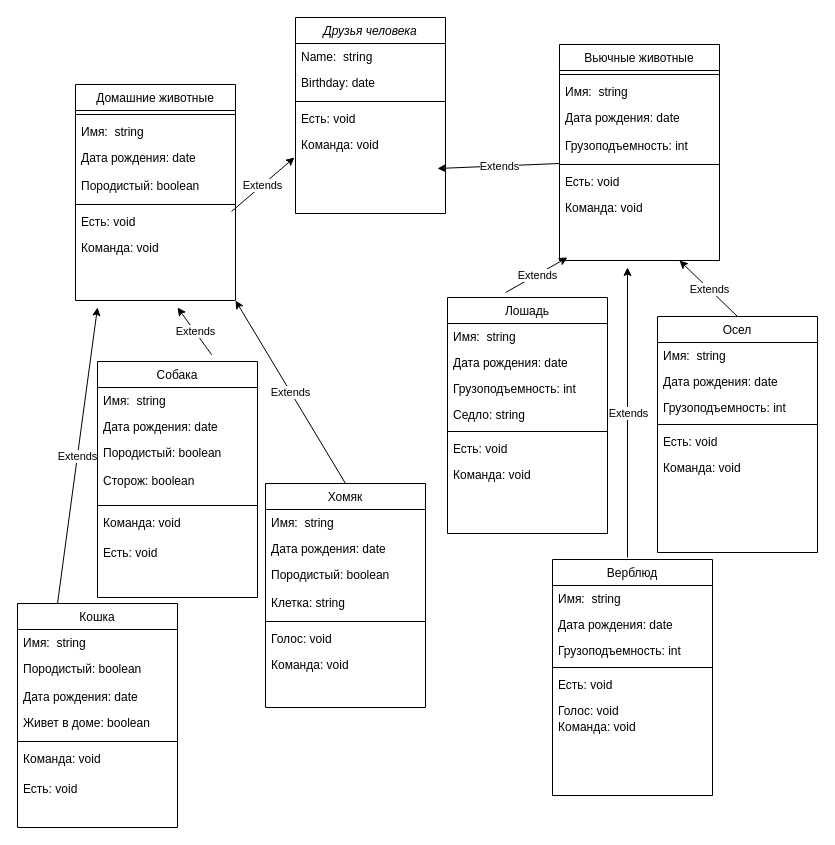
TimBusuok/intervalforGB keeps this draw.io diagram as друзья человека.drawio. Above is the earlier version. Source tidied: cells renumbered, new cells numbered last; positions are measured from the earlier drawing's top-left corner, leaving out a move shared by most shapes. Both pictures are drawn from the tidied source at 100%, with x=0, y=0 at pixel (17, 17).
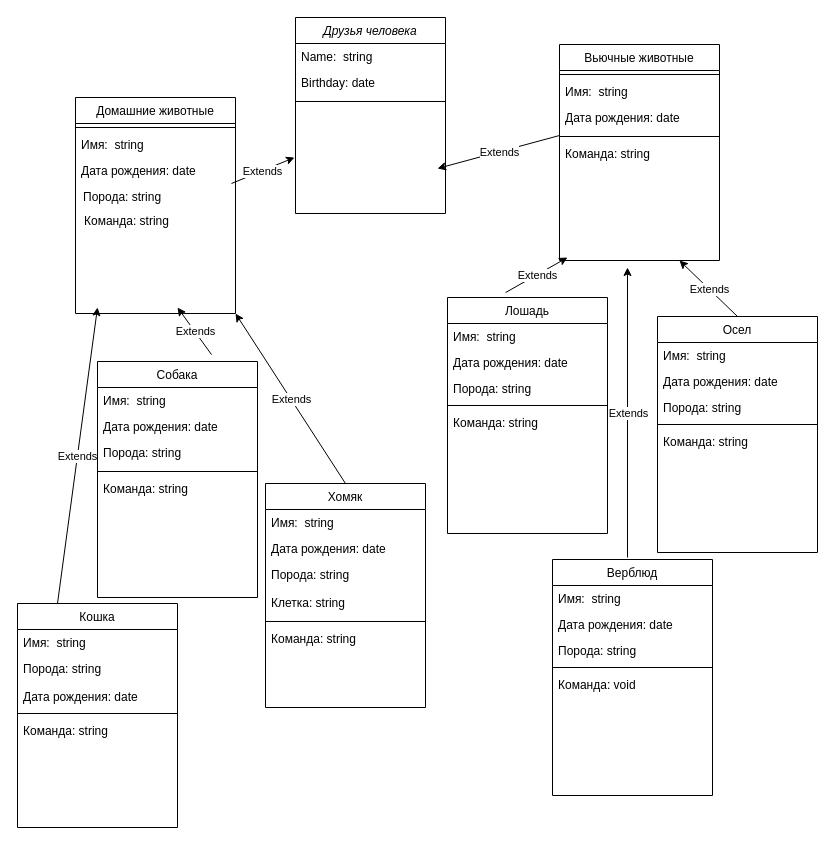
The same page after the edit.

The change refers to these unchanged cells:
```xml
<mxCell id="2" value="Друзья человека" style="swimlane;fontStyle=2;align=center;verticalAlign=top;horizontal=1;startSize=26;rounded=0;shadow=0;strokeWidth=1;" parent="1" vertex="1">
  <mxGeometry x="278" width="150" height="196" as="geometry" />
</mxCell>
<mxCell id="8" value="Собака" style="swimlane;fontStyle=0;align=center;verticalAlign=top;horizontal=1;startSize=26;rounded=0;shadow=0;strokeWidth=1;" parent="1" vertex="1">
  <mxGeometry x="80" y="344" width="160" height="236" as="geometry" />
</mxCell>
<mxCell id="16" value="Вьючные животные" style="swimlane;fontStyle=0;align=center;verticalAlign=top;horizontal=1;startSize=26;rounded=0;shadow=0;strokeWidth=1;" parent="1" vertex="1">
  <mxGeometry x="542" y="27" width="160" height="216" as="geometry" />
</mxCell>
<mxCell id="36" value="Хомяк" style="swimlane;fontStyle=0;align=center;verticalAlign=top;horizontal=1;startSize=26;rounded=0;shadow=0;strokeWidth=1;" parent="1" vertex="1">
  <mxGeometry x="248" y="466" width="160" height="224" as="geometry" />
</mxCell>
<mxCell id="44" value="Кошка" style="swimlane;fontStyle=0;align=center;verticalAlign=top;horizontal=1;startSize=26;rounded=0;shadow=0;strokeWidth=1;" parent="1" vertex="1">
  <mxGeometry y="586" width="160" height="224" as="geometry" />
</mxCell>
<mxCell id="52" value="Лошадь" style="swimlane;fontStyle=0;align=center;verticalAlign=top;horizontal=1;startSize=26;rounded=0;shadow=0;strokeWidth=1;" parent="1" vertex="1">
  <mxGeometry x="430" y="280" width="160" height="236" as="geometry" />
</mxCell>
<mxCell id="60" value="Верблюд" style="swimlane;fontStyle=0;align=center;verticalAlign=top;horizontal=1;startSize=26;rounded=0;shadow=0;strokeWidth=1;" parent="1" vertex="1">
  <mxGeometry x="535" y="542" width="160" height="236" as="geometry" />
</mxCell>
<mxCell id="68" value="Осел" style="swimlane;fontStyle=0;align=center;verticalAlign=top;horizontal=1;startSize=26;rounded=0;shadow=0;strokeWidth=1;" parent="1" vertex="1">
  <mxGeometry x="640" y="299" width="160" height="236" as="geometry" />
</mxCell>
```

Diff of the diagram source:
```diff
@@
-    <mxCell id="6" value="Есть: void" style="text;align=left;verticalAlign=top;spacingLeft=4;spacingRight=4;overflow=hidden;" parent="2" vertex="1">
-      <mxGeometry y="88" width="150" height="26" as="geometry" />
-    </mxCell>
-    <mxCell id="7" value="Команда: void" style="text;align=left;verticalAlign=top;spacingLeft=4;spacingRight=4;overflow=hidden;points=[[0,0.5],[1,0.5]];portConstraint=eastwest;" parent="2" vertex="1">
-      <mxGeometry y="114" width="150" height="30" as="geometry" />
-    </mxCell>
@@
-    <mxCell id="11" value="Породистый: boolean" style="text;align=left;verticalAlign=top;spacingLeft=4;spacingRight=4;overflow=hidden;rounded=0;shadow=0;html=0;" parent="8" vertex="1">
+    <mxCell id="11" value="Порода: string" style="text;align=left;verticalAlign=top;spacingLeft=4;spacingRight=4;overflow=hidden;rounded=0;shadow=0;html=0;" parent="8" vertex="1">
       <mxGeometry y="78" width="160" height="28" as="geometry" />
     </mxCell>
-    <mxCell id="12" value="Сторож: boolean" style="text;align=left;verticalAlign=top;spacingLeft=4;spacingRight=4;overflow=hidden;rounded=0;shadow=0;html=0;" parent="8" vertex="1">
-      <mxGeometry y="106" width="160" height="34" as="geometry" />
-    </mxCell>
     <mxCell id="13" style="line;html=1;strokeWidth=1;align=left;verticalAlign=middle;spacingTop=-1;spacingLeft=3;spacingRight=3;labelPosition=right;" parent="8" vertex="1">
-      <mxGeometry y="140" width="160" height="8" as="geometry" />
+      <mxGeometry y="106" width="160" height="8" as="geometry" />
     </mxCell>
-    <mxCell id="14" value="Команда: void" style="text;align=left;verticalAlign=top;spacingLeft=4;spacingRight=4;overflow=hidden;" parent="8" vertex="1">
-      <mxGeometry y="148" width="160" height="30" as="geometry" />
+    <mxCell id="14" value="Команда: string" style="text;align=left;verticalAlign=top;spacingLeft=4;spacingRight=4;overflow=hidden;" parent="8" vertex="1">
+      <mxGeometry y="114" width="160" height="30" as="geometry" />
     </mxCell>
-    <mxCell id="15" value="Есть: void" style="text;align=left;verticalAlign=top;spacingLeft=4;spacingRight=4;overflow=hidden;" parent="8" vertex="1">
-      <mxGeometry y="178" width="160" height="26" as="geometry" />
-    </mxCell>
@@
-    <mxCell id="20" value="Грузоподъемность: int" style="text;align=left;verticalAlign=top;spacingLeft=4;spacingRight=4;overflow=hidden;rounded=0;shadow=0;html=0;" parent="16" vertex="1">
-      <mxGeometry y="88" width="160" height="28" as="geometry" />
-    </mxCell>
     <mxCell id="21" style="line;html=1;strokeWidth=1;align=left;verticalAlign=middle;spacingTop=-1;spacingLeft=3;spacingRight=3;labelPosition=right;points=[];portConstraint=eastwest;" parent="16" vertex="1">
-      <mxGeometry y="116" width="160" height="8" as="geometry" />
+      <mxGeometry y="88" width="160" height="8" as="geometry" />
     </mxCell>
-    <mxCell id="22" value="Есть: void" style="text;align=left;verticalAlign=top;spacingLeft=4;spacingRight=4;overflow=hidden;" parent="16" vertex="1">
-      <mxGeometry y="124" width="160" height="26" as="geometry" />
-    </mxCell>
-    <mxCell id="23" value="Команда: void" style="text;align=left;verticalAlign=top;spacingLeft=4;spacingRight=4;overflow=hidden;" parent="16" vertex="1">
-      <mxGeometry y="150" width="160" height="30" as="geometry" />
+    <mxCell id="23" value="Команда: string" style="text;align=left;verticalAlign=top;spacingLeft=4;spacingRight=4;overflow=hidden;" parent="16" vertex="1">
+      <mxGeometry y="96" width="160" height="30" as="geometry" />
     </mxCell>
@@
     <mxCell id="26" value="Домашние животные" style="swimlane;fontStyle=0;align=center;verticalAlign=top;horizontal=1;startSize=26;rounded=0;shadow=0;strokeWidth=1;" parent="1" vertex="1">
-      <mxGeometry x="58" y="67" width="160" height="216" as="geometry" />
+      <mxGeometry x="58" y="80" width="160" height="216" as="geometry" />
     </mxCell>
@@
-    <mxCell id="30" value="Породистый: boolean" style="text;align=left;verticalAlign=top;spacingLeft=4;spacingRight=4;overflow=hidden;rounded=0;shadow=0;html=0;" parent="26" vertex="1">
-      <mxGeometry y="88" width="160" height="28" as="geometry" />
-    </mxCell>
-    <mxCell id="31" style="line;html=1;strokeWidth=1;align=left;verticalAlign=middle;spacingTop=-1;spacingLeft=3;spacingRight=3;labelPosition=right;" parent="26" vertex="1">
-      <mxGeometry y="116" width="160" height="8" as="geometry" />
-    </mxCell>
-    <mxCell id="32" value="Есть: void" style="text;align=left;verticalAlign=top;spacingLeft=4;spacingRight=4;overflow=hidden;points=[[0,0.5],[1,0.5]];portConstraint=eastwest;" parent="26" vertex="1">
-      <mxGeometry y="124" width="160" height="26" as="geometry" />
-    </mxCell>
-    <mxCell id="33" value="Команда: void" style="text;align=left;verticalAlign=top;spacingLeft=4;spacingRight=4;overflow=hidden;" parent="26" vertex="1">
-      <mxGeometry y="150" width="160" height="30" as="geometry" />
-    </mxCell>
-    <mxCell id="34" style="endArrow=classic;html=1;rounded=0;exitX=0.975;exitY=0.115;exitDx=0;exitDy=0;entryX=-0.007;entryY=0.867;entryDx=0;entryDy=0;entryPerimeter=0;exitPerimeter=0;" parent="1" edge="1" source="32" target="7">
-      <mxGeometry relative="1" as="geometry" />
+    <mxCell id="34" style="endArrow=classic;html=1;rounded=0;exitX=0.975;exitY=0.115;exitDx=0;exitDy=0;entryX=-0.007;entryY=0.867;entryDx=0;entryDy=0;entryPerimeter=0;exitPerimeter=0;" parent="1" edge="1">
+      <mxGeometry relative="1" as="geometry">
+        <mxPoint x="214" y="166" as="sourcePoint" />
+        <mxPoint x="277" y="140" as="targetPoint" />
+      </mxGeometry>
     </mxCell>
@@
-    <mxCell id="39" value="Породистый: boolean" style="text;align=left;verticalAlign=top;spacingLeft=4;spacingRight=4;overflow=hidden;rounded=0;shadow=0;html=0;" parent="36" vertex="1">
+    <mxCell id="39" value="Порода: string" style="text;align=left;verticalAlign=top;spacingLeft=4;spacingRight=4;overflow=hidden;rounded=0;shadow=0;html=0;" parent="36" vertex="1">
       <mxGeometry y="78" width="160" height="28" as="geometry" />
     </mxCell>
@@
-    <mxCell id="42" value="Голос: void" style="text;align=left;verticalAlign=top;spacingLeft=4;spacingRight=4;overflow=hidden;" parent="36" vertex="1">
-      <mxGeometry y="142" width="160" height="26" as="geometry" />
-    </mxCell>
-    <mxCell id="43" value="Команда: void" style="text;align=left;verticalAlign=top;spacingLeft=4;spacingRight=4;overflow=hidden;" parent="36" vertex="1">
-      <mxGeometry y="168" width="160" height="30" as="geometry" />
+    <mxCell id="43" value="Команда: string" style="text;align=left;verticalAlign=top;spacingLeft=4;spacingRight=4;overflow=hidden;" parent="36" vertex="1">
+      <mxGeometry y="142" width="160" height="30" as="geometry" />
     </mxCell>
@@
-    <mxCell id="46" value="Породистый: boolean" style="text;align=left;verticalAlign=top;spacingLeft=4;spacingRight=4;overflow=hidden;rounded=0;shadow=0;html=0;" parent="44" vertex="1">
+    <mxCell id="46" value="Порода: string" style="text;align=left;verticalAlign=top;spacingLeft=4;spacingRight=4;overflow=hidden;rounded=0;shadow=0;html=0;" parent="44" vertex="1">
       <mxGeometry y="52" width="160" height="28" as="geometry" />
     </mxCell>
@@
-    <mxCell id="48" value="Живет в доме: boolean" style="text;align=left;verticalAlign=top;spacingLeft=4;spacingRight=4;overflow=hidden;rounded=0;shadow=0;html=0;" parent="44" vertex="1">
-      <mxGeometry y="106" width="160" height="28" as="geometry" />
-    </mxCell>
     <mxCell id="49" style="line;html=1;strokeWidth=1;align=left;verticalAlign=middle;spacingTop=-1;spacingLeft=3;spacingRight=3;labelPosition=right;" parent="44" vertex="1">
-      <mxGeometry y="134" width="160" height="8" as="geometry" />
+      <mxGeometry y="106" width="160" height="8" as="geometry" />
     </mxCell>
-    <mxCell id="50" value="Команда: void" style="text;align=left;verticalAlign=top;spacingLeft=4;spacingRight=4;overflow=hidden;" parent="44" vertex="1">
-      <mxGeometry y="142" width="160" height="30" as="geometry" />
+    <mxCell id="50" value="Команда: string" style="text;align=left;verticalAlign=top;spacingLeft=4;spacingRight=4;overflow=hidden;" parent="44" vertex="1">
+      <mxGeometry y="114" width="160" height="30" as="geometry" />
     </mxCell>
-    <mxCell id="51" value="Есть: void" style="text;align=left;verticalAlign=top;spacingLeft=4;spacingRight=4;overflow=hidden;" parent="44" vertex="1">
-      <mxGeometry y="172" width="160" height="26" as="geometry" />
-    </mxCell>
@@
-    <mxCell id="55" value="Грузоподъемность: int" style="text;align=left;verticalAlign=top;spacingLeft=4;spacingRight=4;overflow=hidden;rounded=0;shadow=0;html=0;" parent="52" vertex="1">
-      <mxGeometry y="78" width="160" height="26" as="geometry" />
-    </mxCell>
-    <mxCell id="56" value="Седло: string" style="text;align=left;verticalAlign=top;spacingLeft=4;spacingRight=4;overflow=hidden;rounded=0;shadow=0;html=0;" parent="52" vertex="1">
-      <mxGeometry y="104" width="160" height="26" as="geometry" />
+    <mxCell id="56" value="Порода: string" style="text;align=left;verticalAlign=top;spacingLeft=4;spacingRight=4;overflow=hidden;rounded=0;shadow=0;html=0;" parent="52" vertex="1">
+      <mxGeometry y="78" width="160" height="26" as="geometry" />
     </mxCell>
     <mxCell id="57" style="line;html=1;strokeWidth=1;align=left;verticalAlign=middle;spacingTop=-1;spacingLeft=3;spacingRight=3;labelPosition=right;" parent="52" vertex="1">
-      <mxGeometry y="130" width="160" height="8" as="geometry" />
+      <mxGeometry y="104" width="160" height="8" as="geometry" />
     </mxCell>
-    <mxCell id="58" value="Есть: void" style="text;align=left;verticalAlign=top;spacingLeft=4;spacingRight=4;overflow=hidden;" parent="52" vertex="1">
-      <mxGeometry y="138" width="160" height="26" as="geometry" />
-    </mxCell>
-    <mxCell id="59" value="Команда: void" style="text;align=left;verticalAlign=top;spacingLeft=4;spacingRight=4;overflow=hidden;" parent="52" vertex="1">
-      <mxGeometry y="164" width="160" height="30" as="geometry" />
+    <mxCell id="59" value="Команда: string" style="text;align=left;verticalAlign=top;spacingLeft=4;spacingRight=4;overflow=hidden;" parent="52" vertex="1">
+      <mxGeometry y="112" width="160" height="30" as="geometry" />
     </mxCell>
@@
-    <mxCell id="63" value="Грузоподъемность: int" style="text;align=left;verticalAlign=top;spacingLeft=4;spacingRight=4;overflow=hidden;rounded=0;shadow=0;html=0;" parent="60" vertex="1">
+    <mxCell id="63" value="Порода: string" style="text;align=left;verticalAlign=top;spacingLeft=4;spacingRight=4;overflow=hidden;rounded=0;shadow=0;html=0;" parent="60" vertex="1">
       <mxGeometry y="78" width="160" height="26" as="geometry" />
     </mxCell>
@@
-    <mxCell id="65" value="Есть: void" style="text;align=left;verticalAlign=top;spacingLeft=4;spacingRight=4;overflow=hidden;" parent="60" vertex="1">
-      <mxGeometry y="112" width="160" height="26" as="geometry" />
-    </mxCell>
-    <mxCell id="66" value="Голос: void" style="text;align=left;verticalAlign=top;spacingLeft=4;spacingRight=4;overflow=hidden;" parent="60" vertex="1">
-      <mxGeometry y="138" width="160" height="16" as="geometry" />
-    </mxCell>
     <mxCell id="67" value="Команда: void" style="text;align=left;verticalAlign=top;spacingLeft=4;spacingRight=4;overflow=hidden;" parent="60" vertex="1">
-      <mxGeometry y="154" width="160" height="30" as="geometry" />
+      <mxGeometry y="112" width="160" height="30" as="geometry" />
     </mxCell>
@@
-    <mxCell id="71" value="Грузоподъемность: int" style="text;align=left;verticalAlign=top;spacingLeft=4;spacingRight=4;overflow=hidden;rounded=0;shadow=0;html=0;" parent="68" vertex="1">
+    <mxCell id="71" value="Порода: string" style="text;align=left;verticalAlign=top;spacingLeft=4;spacingRight=4;overflow=hidden;rounded=0;shadow=0;html=0;" parent="68" vertex="1">
       <mxGeometry y="78" width="160" height="26" as="geometry" />
     </mxCell>
@@
-    <mxCell id="73" value="Есть: void" style="text;align=left;verticalAlign=top;spacingLeft=4;spacingRight=4;overflow=hidden;" parent="68" vertex="1">
-      <mxGeometry y="112" width="160" height="26" as="geometry" />
-    </mxCell>
-    <mxCell id="74" value="Команда: void" style="text;align=left;verticalAlign=top;spacingLeft=4;spacingRight=4;overflow=hidden;" parent="68" vertex="1">
-      <mxGeometry y="138" width="160" height="30" as="geometry" />
+    <mxCell id="74" value="Команда: string" style="text;align=left;verticalAlign=top;spacingLeft=4;spacingRight=4;overflow=hidden;" parent="68" vertex="1">
+      <mxGeometry y="112" width="160" height="30" as="geometry" />
     </mxCell>
@@
+    <mxCell id="87" value="Порода: string" style="text;align=left;verticalAlign=top;spacingLeft=4;spacingRight=4;overflow=hidden;rounded=0;shadow=0;html=0;" parent="1" vertex="1">
+      <mxGeometry x="60" y="166" width="160" height="28" as="geometry" />
+    </mxCell>
+    <mxCell id="88" value="Команда: string" style="text;align=left;verticalAlign=top;spacingLeft=4;spacingRight=4;overflow=hidden;rounded=0;shadow=0;html=0;" parent="1" vertex="1">
+      <mxGeometry x="61" y="190" width="160" height="28" as="geometry" />
+    </mxCell>
```
